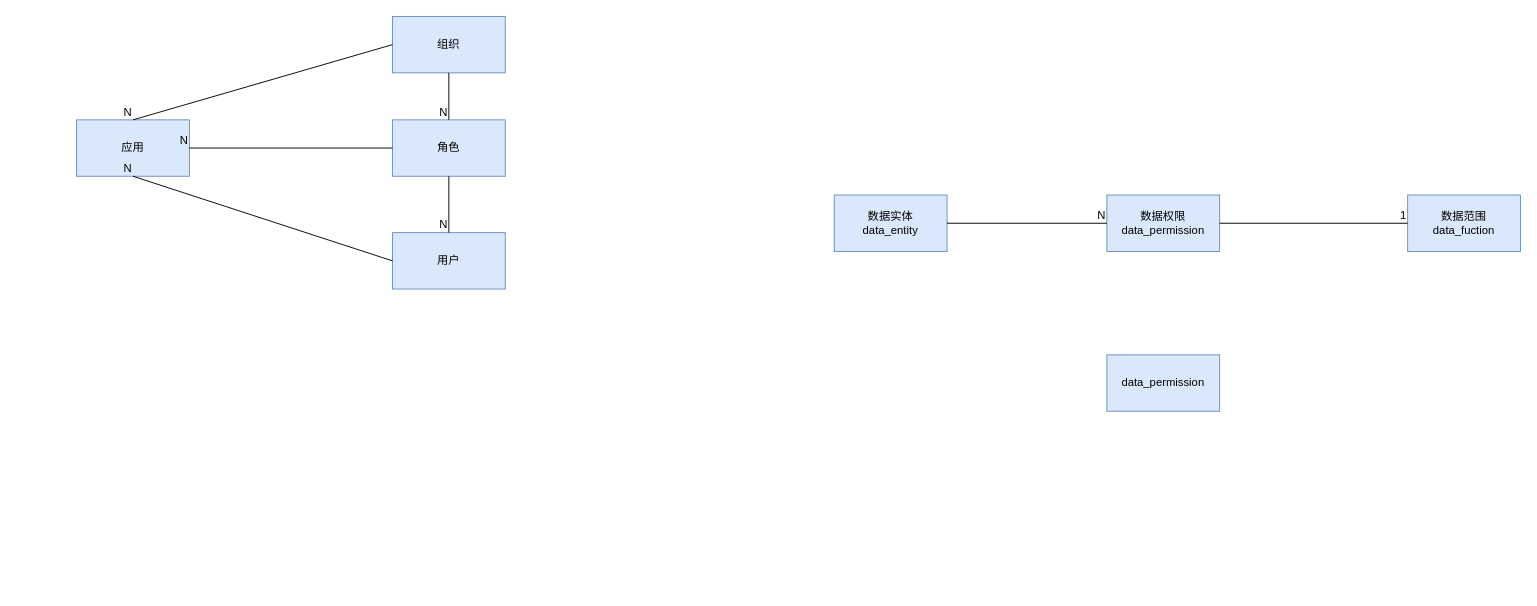
Above: page "第 3 页" (3 of 3) of 中台/组织中心/未命名绘图.drawio in gudujiujian11/diagram (draw.io), before the change. Source tidied: cells renumbered, new cells numbered last; positions are measured from the earlier drawing's top-left corner, leaving out a move shared by most shapes. Both pictures are drawn from the tidied source at 94%, with x=0, y=0 at pixel (76, 16).
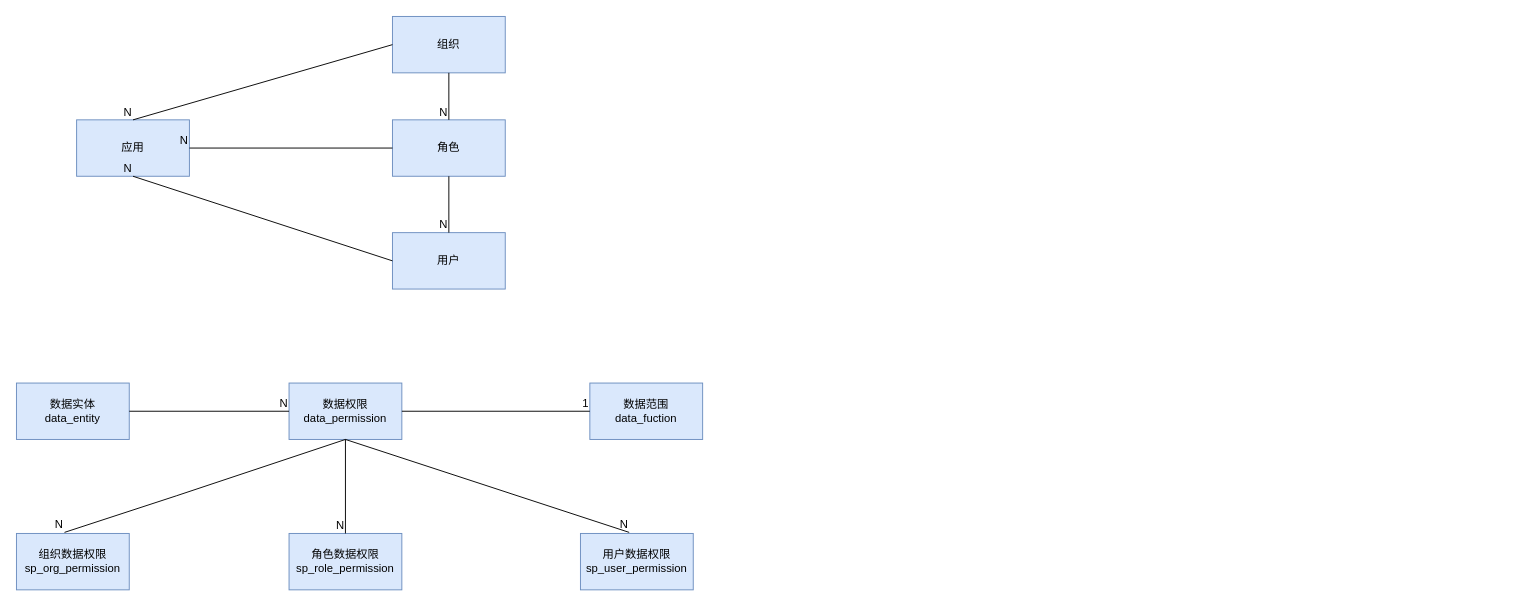
The same diagram, later.

Commit message:
更新未命名绘图.drawio

Diff of the diagram source:
```diff
@@
     <mxCell id="16" value="数据实体&lt;br&gt;data_entity" style="rounded=0;whiteSpace=wrap;html=1;fillColor=#dae8fc;strokeColor=#6c8ebf;" parent="1" vertex="1">
-      <mxGeometry x="806" y="190" width="120" height="60" as="geometry" />
+      <mxGeometry x="-64" y="390" width="120" height="60" as="geometry" />
     </mxCell>
     <mxCell id="17" value="数据权限data_permission" style="rounded=0;whiteSpace=wrap;html=1;fillColor=#dae8fc;strokeColor=#6c8ebf;" parent="1" vertex="1">
-      <mxGeometry x="1096" y="190" width="120" height="60" as="geometry" />
+      <mxGeometry x="226" y="390" width="120" height="60" as="geometry" />
     </mxCell>
     <mxCell id="18" value="数据范围&lt;br&gt;data_fuction" style="rounded=0;whiteSpace=wrap;html=1;fillColor=#dae8fc;strokeColor=#6c8ebf;" parent="1" vertex="1">
-      <mxGeometry x="1416" y="190" width="120" height="60" as="geometry" />
+      <mxGeometry x="546" y="390" width="120" height="60" as="geometry" />
     </mxCell>
@@
-    <mxCell id="23" value="data_permission" style="rounded=0;whiteSpace=wrap;html=1;fillColor=#dae8fc;strokeColor=#6c8ebf;" parent="1" vertex="1">
-      <mxGeometry x="1096" y="360" width="120" height="60" as="geometry" />
+    <mxCell id="23" value="角色数据权限sp_role_permission" style="rounded=0;whiteSpace=wrap;html=1;fillColor=#dae8fc;strokeColor=#6c8ebf;" parent="1" vertex="1">
+      <mxGeometry x="226" y="550" width="120" height="60" as="geometry" />
     </mxCell>
+    <mxCell id="24" style="endArrow=none;html=1;rounded=0;exitX=0.5;exitY=1;exitDx=0;exitDy=0;entryX=0.5;entryY=0;entryDx=0;entryDy=0;" parent="1" edge="1" source="17" target="23">
+      <mxGeometry relative="1" as="geometry" />
+    </mxCell>
+    <mxCell id="25" value="N" style="html=1;whiteSpace=wrap;align=right;verticalAlign=bottom;" parent="24" vertex="1">
+      <mxGeometry x="1" relative="1" as="geometry" />
+    </mxCell>
+    <mxCell id="26" value="组织数据权限sp_org_permission" style="rounded=0;whiteSpace=wrap;html=1;fillColor=#dae8fc;strokeColor=#6c8ebf;" parent="1" vertex="1">
+      <mxGeometry x="-64" y="550" width="120" height="60" as="geometry" />
+    </mxCell>
+    <mxCell id="27" style="endArrow=none;html=1;rounded=0;exitX=0.5;exitY=1;exitDx=0;exitDy=0;entryX=0.426;entryY=-0.019;entryDx=0;entryDy=0;entryPerimeter=0;" parent="1" edge="1" source="17" target="26">
+      <mxGeometry relative="1" as="geometry">
+        <Array as="points">
+          <mxPoint x="106" y="510" />
+        </Array>
+      </mxGeometry>
+    </mxCell>
+    <mxCell id="28" value="N" style="html=1;whiteSpace=wrap;align=right;verticalAlign=bottom;" parent="27" vertex="1">
+      <mxGeometry x="1" relative="1" as="geometry" />
+    </mxCell>
+    <mxCell id="29" value="用户数据权限sp_user_permission" style="rounded=0;whiteSpace=wrap;html=1;fillColor=#dae8fc;strokeColor=#6c8ebf;" parent="1" vertex="1">
+      <mxGeometry x="536" y="550" width="120" height="60" as="geometry" />
+    </mxCell>
+    <mxCell id="30" style="endArrow=none;html=1;rounded=0;exitX=0.5;exitY=1;exitDx=0;exitDy=0;entryX=0.432;entryY=-0.019;entryDx=0;entryDy=0;entryPerimeter=0;" parent="1" edge="1" source="17" target="29">
+      <mxGeometry relative="1" as="geometry" />
+    </mxCell>
+    <mxCell id="31" value="N" style="html=1;whiteSpace=wrap;align=right;verticalAlign=bottom;" parent="30" vertex="1">
+      <mxGeometry x="1" relative="1" as="geometry" />
+    </mxCell>
```
